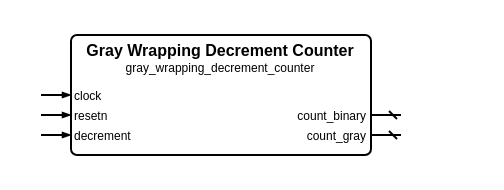
Above: sources/counter/gray_wrapping_decrement_counter/gray_wrapping_decrement_counter.symbol.drawio in Louis-DR/OmniCores-BuildingBlocks (draw.io), before the change. Source tidied: cells renumbered, new cells numbered last; positions are measured from the earlier drawing's top-left corner, leaving out a move shared by most shapes. Both pictures are drawn from the tidied source at 200%, with x=0, y=0 at pixel (40, 34).
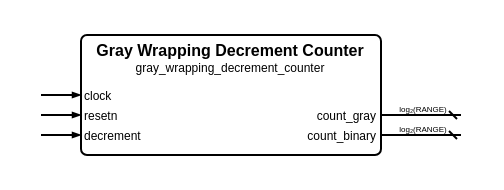
After the change.

The edit, as a diff of the source:
```diff
@@
     <mxCell id="2" style="group;" parent="1" vertex="1">
-      <mxGeometry width="180" height="60" as="geometry" />
+      <mxGeometry width="210" height="60" as="geometry" />
     </mxCell>
     <mxCell id="3" style="rounded=1;arcSize=5;fillColor=none;strokeWidth=1;strokeColor=black;whiteSpace=wrap;html=1;" parent="2" vertex="1">
-      <mxGeometry x="15" width="150" height="60" as="geometry" />
+      <mxGeometry x="20" width="150" height="60" as="geometry" />
     </mxCell>
     <mxCell id="4" value="Gray Wrapping Decrement Counter" style="text;html=1;align=center;verticalAlign=middle;whiteSpace=wrap;rounded=0;fontSize=8;fontStyle=1;fontColor=black;" parent="2" vertex="1">
-      <mxGeometry x="15" y="7" width="150" as="geometry" />
+      <mxGeometry x="20" y="7" width="150" as="geometry" />
     </mxCell>
     <mxCell id="5" value="gray_wrapping_decrement_counter" style="text;html=1;align=center;verticalAlign=middle;whiteSpace=wrap;rounded=0;fontSize=6;fontStyle=0;fontColor=black;" parent="2" vertex="1">
-      <mxGeometry x="15" y="16" width="150" as="geometry" />
+      <mxGeometry x="20" y="16" width="150" as="geometry" />
     </mxCell>
     <mxCell id="6" value="clock" style="text;html=1;align=left;verticalAlign=middle;whiteSpace=wrap;rounded=0;fontSize=6;fontStyle=0;fontColor=black;" parent="2" vertex="1">
-      <mxGeometry x="15" y="30" width="150" as="geometry" />
+      <mxGeometry x="20" y="30" width="150" as="geometry" />
     </mxCell>
     <mxCell id="7" style="html=1;rounded=1;strokeWidth=1;strokeColor=black;startFill=0;startSize=2;startArrow=none;endFill=1;endSize=2;endArrow=blockThin;sourcePerimeterSpacing=0;" parent="2" edge="1">
       <mxGeometry relative="1" as="geometry">
         <mxPoint y="30" as="sourcePoint" />
-        <mxPoint x="15" y="30" as="targetPoint" />
+        <mxPoint x="20" y="30" as="targetPoint" />
       </mxGeometry>
     </mxCell>
     <mxCell id="8" value="resetn" style="text;html=1;align=left;verticalAlign=middle;whiteSpace=wrap;rounded=0;fontSize=6;fontStyle=0;fontColor=black;" parent="2" vertex="1">
-      <mxGeometry x="15" y="40" width="150" as="geometry" />
+      <mxGeometry x="20" y="40" width="150" as="geometry" />
     </mxCell>
     <mxCell id="9" style="html=1;rounded=1;strokeWidth=1;strokeColor=black;startFill=0;startSize=2;startArrow=none;endFill=1;endSize=2;endArrow=blockThin;sourcePerimeterSpacing=0;" parent="2" edge="1">
       <mxGeometry relative="1" as="geometry">
         <mxPoint y="40" as="sourcePoint" />
-        <mxPoint x="15" y="40" as="targetPoint" />
+        <mxPoint x="20" y="40" as="targetPoint" />
       </mxGeometry>
     </mxCell>
+    <mxCell id="14" value="count_gray" style="text;html=1;align=right;verticalAlign=middle;whiteSpace=wrap;rounded=0;fontSize=6;fontStyle=0;fontColor=black;" parent="2" vertex="1">
+      <mxGeometry x="20" y="40" width="150" as="geometry" />
+    </mxCell>
+    <mxCell id="15" style="html=1;rounded=1;strokeWidth=1;strokeColor=black;startFill=0;startSize=2;startArrow=dash;endFill=1;endSize=2;endArrow=none;sourcePerimeterSpacing=0;" parent="2" edge="1">
+      <mxGeometry relative="1" as="geometry">
+        <mxPoint x="210" y="40" as="sourcePoint" />
+        <mxPoint x="170" y="40" as="targetPoint" />
+      </mxGeometry>
+    </mxCell>
+    <mxCell id="16" value="log₂(RANGE)" style="text;html=1;align=center;verticalAlign=middle;whiteSpace=nowrap;rounded=0;fontSize=4;fontStyle=0;fontColor=black;" parent="2" vertex="1">
+      <mxGeometry x="190" y="37" as="geometry" />
+    </mxCell>
+    <mxCell id="12" value="decrement" style="text;html=1;align=left;verticalAlign=middle;whiteSpace=wrap;rounded=0;fontSize=6;fontStyle=0;fontColor=black;" parent="2" vertex="1">
+      <mxGeometry x="20" y="50" width="150" as="geometry" />
+    </mxCell>
+    <mxCell id="13" style="html=1;rounded=1;strokeWidth=1;strokeColor=black;startFill=0;startSize=2;startArrow=none;endFill=1;endSize=2;endArrow=blockThin;sourcePerimeterSpacing=0;" parent="2" edge="1">
+      <mxGeometry relative="1" as="geometry">
+        <mxPoint y="50" as="sourcePoint" />
+        <mxPoint x="20" y="50" as="targetPoint" />
+      </mxGeometry>
+    </mxCell>
     <mxCell id="10" value="count_binary" style="text;html=1;align=right;verticalAlign=middle;whiteSpace=wrap;rounded=0;fontSize=6;fontStyle=0;fontColor=black;" parent="2" vertex="1">
-      <mxGeometry x="15" y="40" width="150" as="geometry" />
+      <mxGeometry x="20" y="50" width="150" as="geometry" />
     </mxCell>
     <mxCell id="11" style="html=1;rounded=1;strokeWidth=1;strokeColor=black;startFill=0;startSize=2;startArrow=dash;endFill=1;endSize=2;endArrow=none;sourcePerimeterSpacing=0;" parent="2" edge="1">
       <mxGeometry relative="1" as="geometry">
-        <mxPoint x="180" y="40" as="sourcePoint" />
-        <mxPoint x="165" y="40" as="targetPoint" />
+        <mxPoint x="210" y="50" as="sourcePoint" />
+        <mxPoint x="170" y="50" as="targetPoint" />
       </mxGeometry>
     </mxCell>
-    <mxCell id="12" value="decrement" style="text;html=1;align=left;verticalAlign=middle;whiteSpace=wrap;rounded=0;fontSize=6;fontStyle=0;fontColor=black;" parent="2" vertex="1">
-      <mxGeometry x="15" y="50" width="150" as="geometry" />
-    </mxCell>
-    <mxCell id="13" style="html=1;rounded=1;strokeWidth=1;strokeColor=black;startFill=0;startSize=2;startArrow=none;endFill=1;endSize=2;endArrow=blockThin;sourcePerimeterSpacing=0;" parent="2" edge="1">
-      <mxGeometry relative="1" as="geometry">
-        <mxPoint y="50" as="sourcePoint" />
-        <mxPoint x="15" y="50" as="targetPoint" />
-      </mxGeometry>
-    </mxCell>
-    <mxCell id="14" value="count_gray" style="text;html=1;align=right;verticalAlign=middle;whiteSpace=wrap;rounded=0;fontSize=6;fontStyle=0;fontColor=black;" parent="2" vertex="1">
-      <mxGeometry x="15" y="50" width="150" as="geometry" />
-    </mxCell>
-    <mxCell id="15" style="html=1;rounded=1;strokeWidth=1;strokeColor=black;startFill=0;startSize=2;startArrow=dash;endFill=1;endSize=2;endArrow=none;sourcePerimeterSpacing=0;" parent="2" edge="1">
-      <mxGeometry relative="1" as="geometry">
-        <mxPoint x="180" y="50" as="sourcePoint" />
-        <mxPoint x="165" y="50" as="targetPoint" />
-      </mxGeometry>
-    </mxCell>
+    <mxCell id="17" value="log₂(RANGE)" style="text;html=1;align=center;verticalAlign=middle;whiteSpace=nowrap;rounded=0;fontSize=4;fontStyle=0;fontColor=black;" parent="2" vertex="1">
+      <mxGeometry x="190" y="47" as="geometry" />
+    </mxCell>
```
